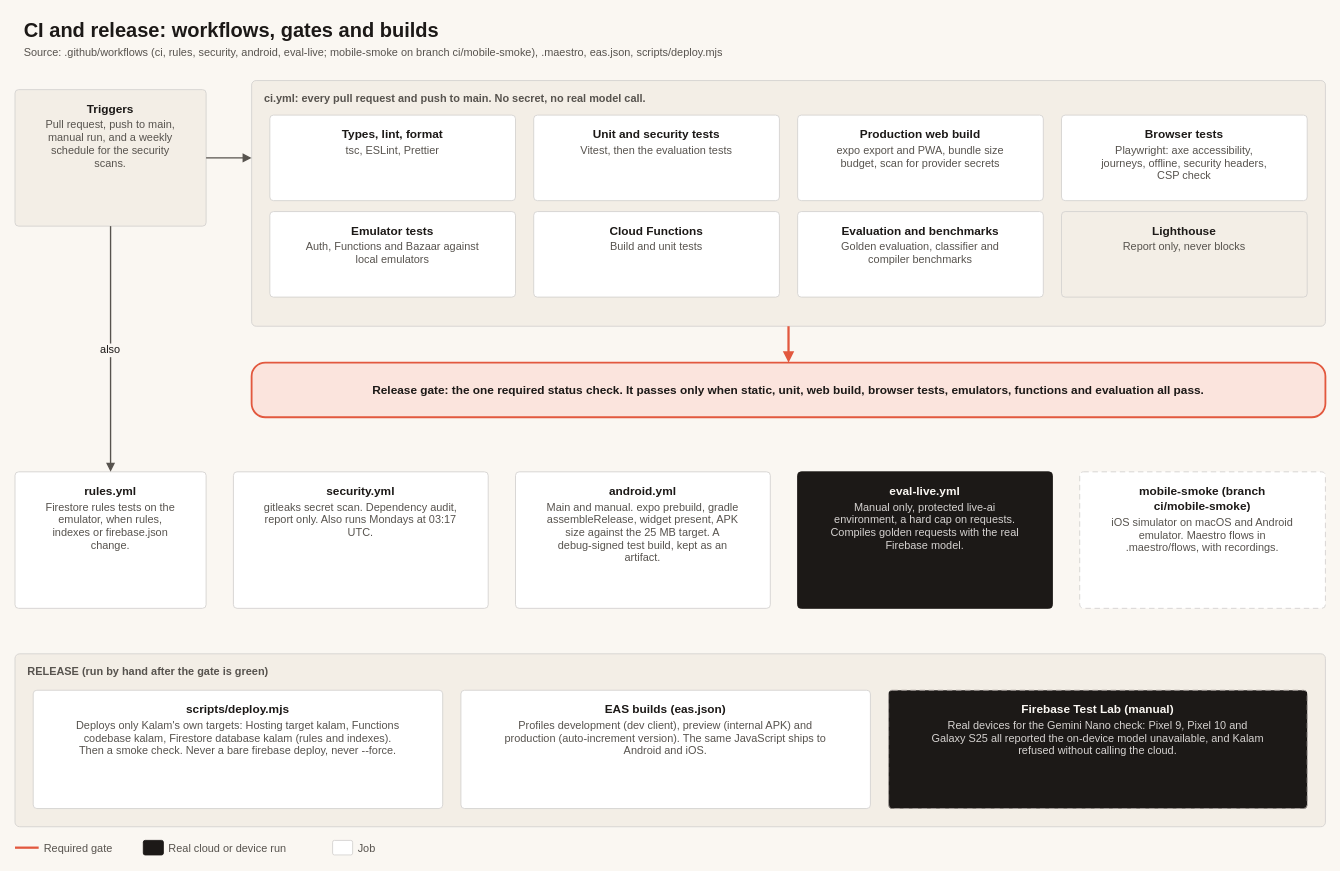
This is docs/diagrams/16-ci-release.drawio from vishavmehra/kalam, a draw.io file, before an edit. Source tidied: cells renumbered, new cells numbered last; positions are measured from the earlier drawing's top-left corner, leaving out a move shared by most shapes. Both pictures are drawn from the tidied source at 91%, with x=0, y=0 at pixel (15, 15).
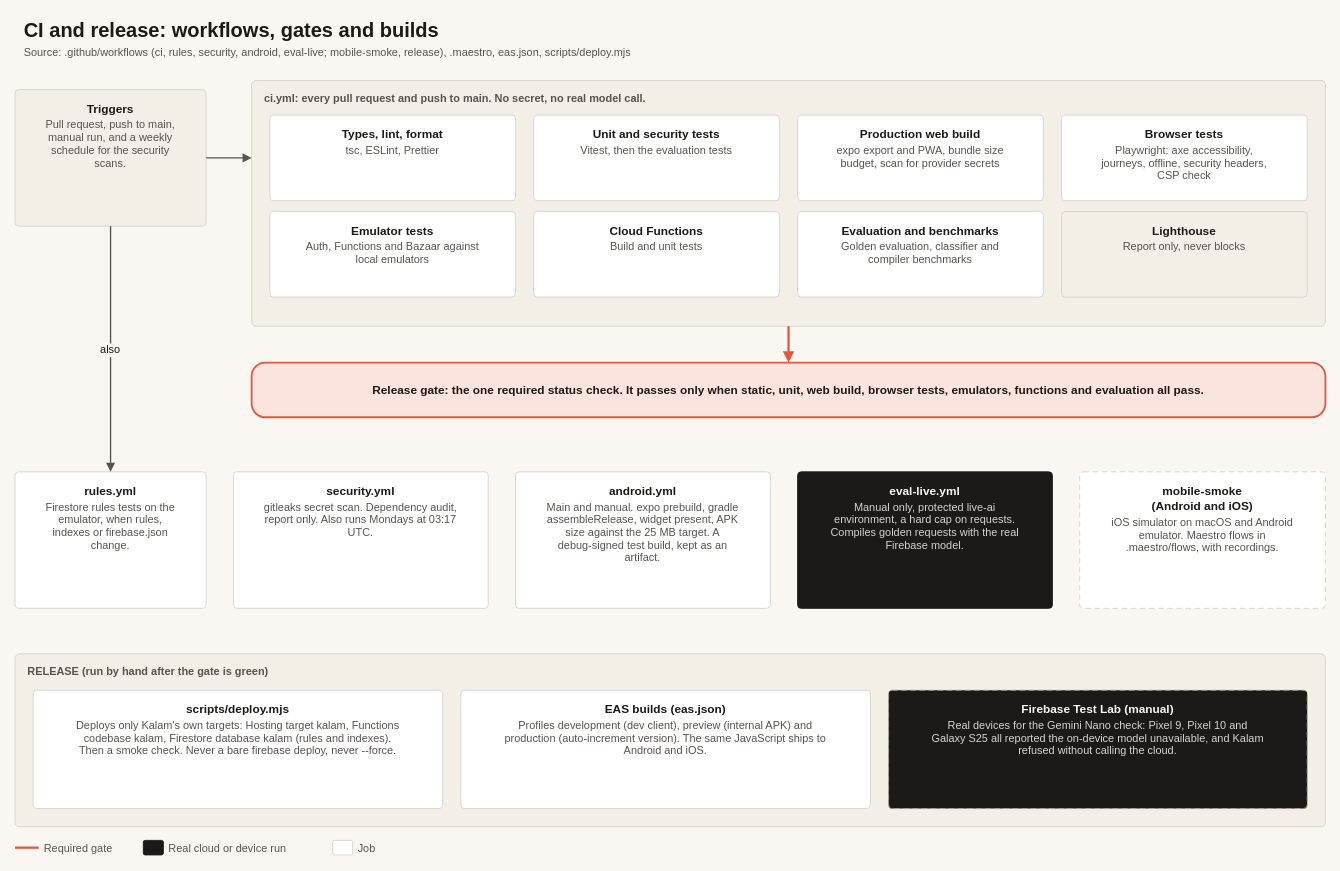
Above is the later version.

Change to the diagram source:
```diff
@@
-    <mxCell id="31" value="mobile-smoke (branch&#10;ci/mobile-smoke)" style="rounded=1;absoluteArcSize=1;arcSize=8;html=0;fillColor=#FFFFFF;strokeColor=#D6D3D1;strokeWidth=1;fontColor=#1C1917;fontSize=13;fontStyle=1;align=center;verticalAlign=top;spacingLeft=0;spacingRight=0;spacingTop=7;dashed=1;dashPattern=6 4;" parent="1" vertex="1">
+    <mxCell id="31" value="mobile-smoke&#10;(Android and iOS)" style="rounded=1;absoluteArcSize=1;arcSize=8;html=0;fillColor=#FFFFFF;strokeColor=#D6D3D1;strokeWidth=1;fontColor=#1C1917;fontSize=13;fontStyle=1;align=center;verticalAlign=top;spacingLeft=0;spacingRight=0;spacingTop=7;dashed=1;dashPattern=6 4;" parent="1" vertex="1">
       <mxGeometry x="1170" y="502" width="270" height="150" as="geometry" />
     </mxCell>
@@
-    <mxCell id="40" value="Source: .github/workflows (ci, rules, security, android, eval-live; mobile-smoke on branch ci/mobile-smoke), .maestro, eas.json, scripts/deploy.mjs" style="text;html=0;strokeColor=none;fillColor=none;fontSize=12;fontStyle=0;fontColor=#57534E;align=left;verticalAlign=middle;spacing=0;" parent="1" vertex="1">
+    <mxCell id="40" value="Source: .github/workflows (ci, rules, security, android, eval-live; mobile-smoke, release), .maestro, eas.json, scripts/deploy.mjs" style="text;html=0;strokeColor=none;fillColor=none;fontSize=12;fontStyle=0;fontColor=#57534E;align=left;verticalAlign=middle;spacing=0;" parent="1" vertex="1">
       <mxGeometry x="10" y="32" width="1420" height="18" as="geometry" />
     </mxCell>
```
